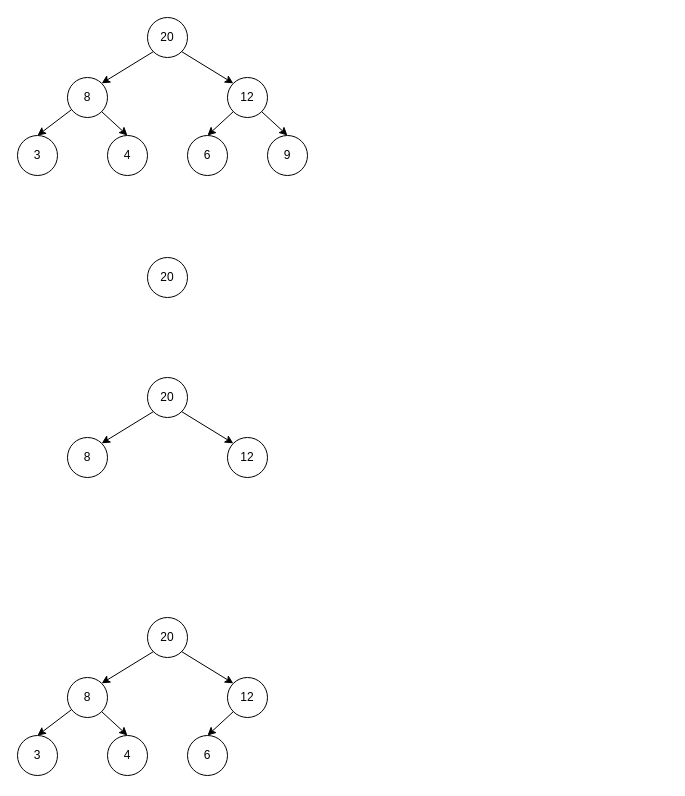
ascholerChemeketa/welcomeprogramming keeps this draw.io diagram as page "Page-3" (3 of 4) of external/images/heaps/Heaps.io.drawio. Above is the earlier version. Source tidied: cells renumbered, new cells numbered last; positions are measured from the earlier drawing's top-left corner, leaving out a move shared by most shapes. Both pictures are drawn from the tidied source at 100%, with x=0, y=0 at pixel (17, 17).
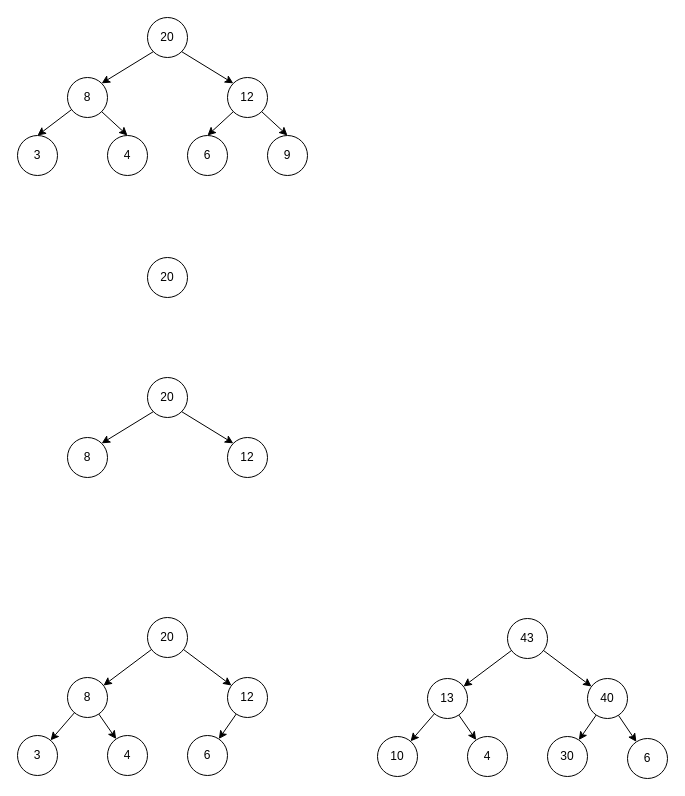
The same diagram, later.

Commit message (it also covers changes not shown here):
Heap diagram update

The change refers to these unchanged cells:
```xml
<mxCell id="25" value="20" style="ellipse;whiteSpace=wrap;html=1;" parent="1" vertex="1">
  <mxGeometry x="130" y="600" width="40" height="40" as="geometry" />
</mxCell>
<mxCell id="26" value="8" style="ellipse;whiteSpace=wrap;html=1;" parent="1" vertex="1">
  <mxGeometry x="50" y="660" width="40" height="40" as="geometry" />
</mxCell>
<mxCell id="27" value="3" style="ellipse;whiteSpace=wrap;html=1;direction=south;" parent="1" vertex="1">
  <mxGeometry y="718" width="40" height="40" as="geometry" />
</mxCell>
<mxCell id="28" value="4" style="ellipse;whiteSpace=wrap;html=1;" parent="1" vertex="1">
  <mxGeometry x="90" y="718" width="40" height="40" as="geometry" />
</mxCell>
<mxCell id="29" value="6" style="ellipse;whiteSpace=wrap;html=1;" parent="1" vertex="1">
  <mxGeometry x="170" y="718" width="40" height="40" as="geometry" />
</mxCell>
<mxCell id="30" value="12" style="ellipse;whiteSpace=wrap;html=1;" parent="1" vertex="1">
  <mxGeometry x="210" y="660" width="40" height="40" as="geometry" />
</mxCell>
```

The edit, as a diff of the source:
```diff
@@
-    <mxCell id="31" style="endArrow=classic;html=1;rounded=0;exitX=1;exitY=1;exitDx=0;exitDy=0;entryX=0;entryY=0;entryDx=0;entryDy=0;" parent="1" edge="1" source="25" target="30">
+    <mxCell id="31" style="endArrow=classic;html=1;rounded=0;" parent="1" edge="1" source="25" target="30">
       <mxGeometry relative="1" as="geometry" />
     </mxCell>
-    <mxCell id="32" style="endArrow=classic;html=1;rounded=0;exitX=0;exitY=1;exitDx=0;exitDy=0;entryX=1;entryY=0;entryDx=0;entryDy=0;" parent="1" edge="1" source="25" target="26">
+    <mxCell id="32" style="endArrow=classic;html=1;rounded=0;" parent="1" edge="1" source="25" target="26">
       <mxGeometry relative="1" as="geometry" />
     </mxCell>
-    <mxCell id="33" style="endArrow=classic;html=1;rounded=0;exitX=1;exitY=1;exitDx=0;exitDy=0;entryX=0.5;entryY=0;entryDx=0;entryDy=0;" parent="1" edge="1" source="26" target="28">
+    <mxCell id="33" style="endArrow=classic;html=1;rounded=0;" parent="1" edge="1" source="26" target="28">
       <mxGeometry relative="1" as="geometry" />
     </mxCell>
-    <mxCell id="34" style="endArrow=classic;html=1;rounded=0;entryX=0;entryY=0.5;entryDx=0;entryDy=0;" parent="1" edge="1" source="26" target="27">
+    <mxCell id="34" style="endArrow=classic;html=1;rounded=0;" parent="1" edge="1" source="26" target="27">
       <mxGeometry relative="1" as="geometry" />
     </mxCell>
-    <mxCell id="35" style="endArrow=classic;html=1;rounded=0;exitX=0;exitY=1;exitDx=0;exitDy=0;entryX=0.5;entryY=0;entryDx=0;entryDy=0;" parent="1" edge="1" source="30" target="29">
+    <mxCell id="35" style="endArrow=classic;html=1;rounded=0;" parent="1" edge="1" source="30" target="29">
       <mxGeometry relative="1" as="geometry" />
     </mxCell>
+    <mxCell id="36" value="43" style="ellipse;whiteSpace=wrap;html=1;" parent="1" vertex="1">
+      <mxGeometry x="490" y="601" width="40" height="40" as="geometry" />
+    </mxCell>
+    <mxCell id="37" value="13" style="ellipse;whiteSpace=wrap;html=1;" parent="1" vertex="1">
+      <mxGeometry x="410" y="661" width="40" height="40" as="geometry" />
+    </mxCell>
+    <mxCell id="38" value="10" style="ellipse;whiteSpace=wrap;html=1;direction=south;" parent="1" vertex="1">
+      <mxGeometry x="360" y="719" width="40" height="40" as="geometry" />
+    </mxCell>
+    <mxCell id="39" value="4" style="ellipse;whiteSpace=wrap;html=1;" parent="1" vertex="1">
+      <mxGeometry x="450" y="719" width="40" height="40" as="geometry" />
+    </mxCell>
+    <mxCell id="40" value="30" style="ellipse;whiteSpace=wrap;html=1;" parent="1" vertex="1">
+      <mxGeometry x="530" y="719" width="40" height="40" as="geometry" />
+    </mxCell>
+    <mxCell id="41" value="40" style="ellipse;whiteSpace=wrap;html=1;" parent="1" vertex="1">
+      <mxGeometry x="570" y="661" width="40" height="40" as="geometry" />
+    </mxCell>
+    <mxCell id="42" style="endArrow=classic;html=1;rounded=0;" parent="1" edge="1" source="36" target="41">
+      <mxGeometry relative="1" as="geometry" />
+    </mxCell>
+    <mxCell id="43" style="endArrow=classic;html=1;rounded=0;" parent="1" edge="1" source="36" target="37">
+      <mxGeometry relative="1" as="geometry" />
+    </mxCell>
+    <mxCell id="44" style="endArrow=classic;html=1;rounded=0;" parent="1" edge="1" source="37" target="39">
+      <mxGeometry relative="1" as="geometry" />
+    </mxCell>
+    <mxCell id="45" style="endArrow=classic;html=1;rounded=0;" parent="1" edge="1" source="37" target="38">
+      <mxGeometry relative="1" as="geometry" />
+    </mxCell>
+    <mxCell id="46" style="endArrow=classic;html=1;rounded=0;" parent="1" edge="1" source="41" target="40">
+      <mxGeometry relative="1" as="geometry" />
+    </mxCell>
+    <mxCell id="47" value="6" style="ellipse;whiteSpace=wrap;html=1;" parent="1" vertex="1">
+      <mxGeometry x="610" y="721" width="40" height="40" as="geometry" />
+    </mxCell>
+    <mxCell id="48" style="endArrow=classic;html=1;rounded=0;" parent="1" edge="1" source="41" target="47">
+      <mxGeometry relative="1" as="geometry" />
+    </mxCell>
```
